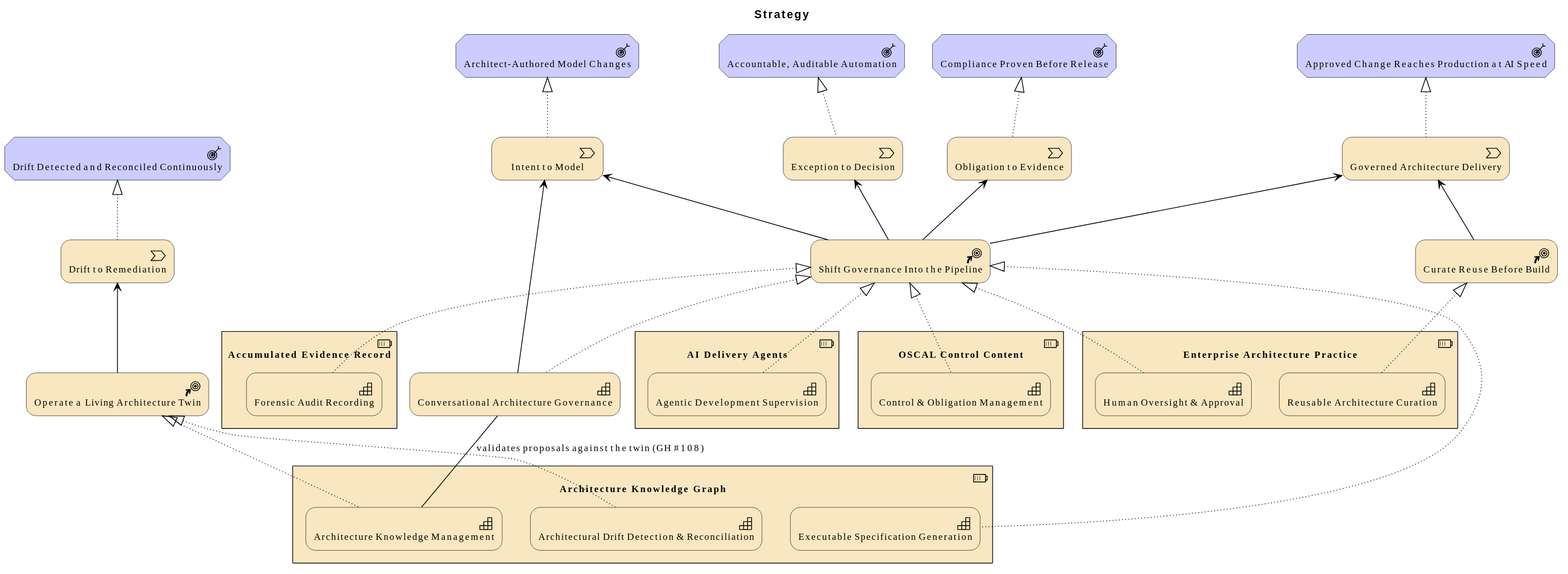
wolffy-au/frictionless-architect keeps this PlantUML diagram as architecture/model/diagrams/vision/4-strategy.svg. Above is the earlier version.
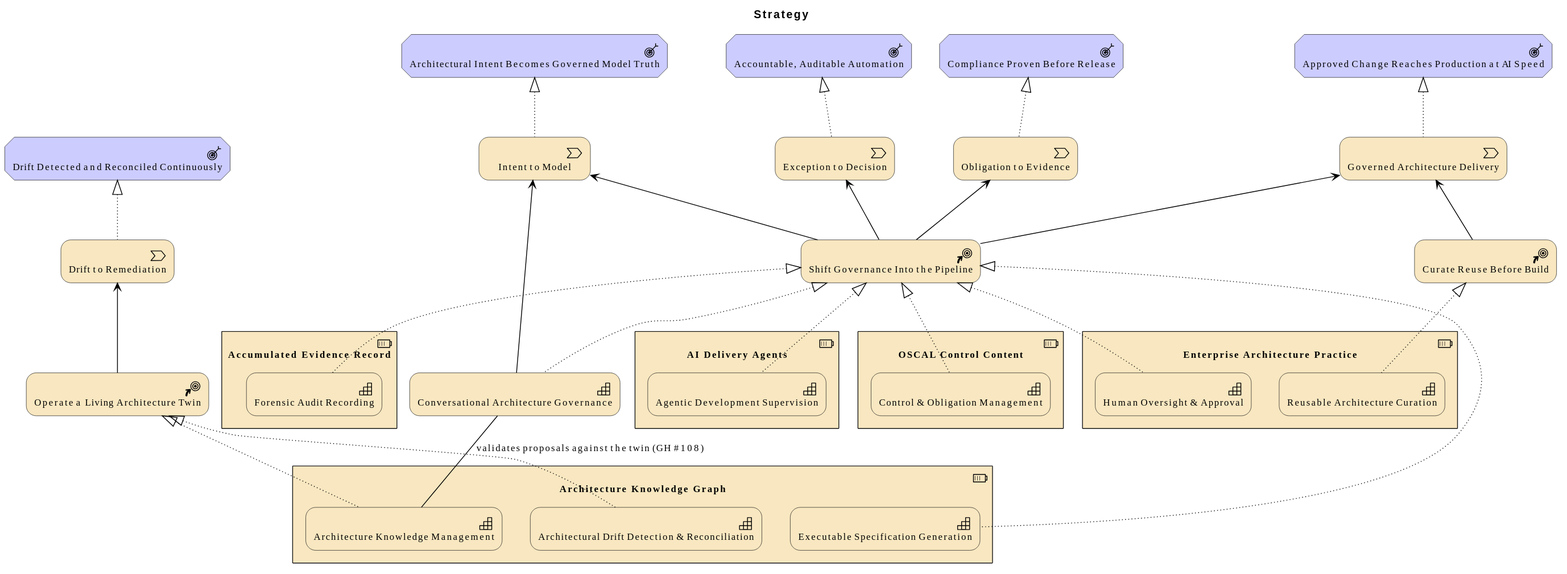
The same file after the commit.

What changed in the source:
```diff
@@ -7,7 +7,7 @@
 Motivation_Outcome(e_id3be36e7ab88a59, "Approved Change Reaches Production at AI Speed")
 Motivation_Outcome(e_id4f39e9ec8e4656, "Compliance Proven Before Release")
 Motivation_Outcome(e_ide8275430b0ad5e, "Accountable, Auditable Automation")
-Motivation_Outcome(e_id162419e4eb6659, "Architect-Authored Model Changes")
+Motivation_Outcome(e_id6b1d572f6ec253, "Architectural Intent Becomes Governed Model Truth")
 Strategy_Capability(e_id6c60f4feb89058, "Conversational Architecture Governance")
 Strategy_CourseOfAction(e_ida9babe1fe97050, "Shift Governance Into the Pipeline")
 Strategy_CourseOfAction(e_id78f58d32222658, "Operate a Living Architecture Twin")
@@ -56,6 +56,6 @@
 Rel_Realization_Up(e_id7ee8cdbf8ddc57, e_id4f39e9ec8e4656, "")
 Rel_Realization_Up(e_idc55b78731ffe56, e_ide8275430b0ad5e, "")
 Rel_Realization_Up(e_idfa7e21ab28235c, e_id79b6a1e545325d, "")
-Rel_Realization_Up(e_id12f51f6c841755, e_id162419e4eb6659, "")
+Rel_Realization_Up(e_id12f51f6c841755, e_id6b1d572f6ec253, "")
 Rel_Association(e_id6c60f4feb89058, e_id18ec07397a9d5f, "validates proposals against the twin (GH #108)")
 @enduml
```
